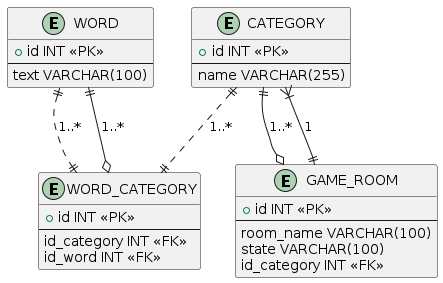
NicolasV7/Pinturillo-Backend keeps this PlantUML diagram as MER.png. Above is the earlier version. Its diagram source:
```plantuml
@startuml
entity "WORD" {
  + id INT <<PK>>
  --
  text VARCHAR(100)
}

entity "CATEGORY" {
  + id INT <<PK>>
  --
  name VARCHAR(255)
}

entity "WORD_CATEGORY" {
  + id INT <<PK>>
  --
  id_category INT <<FK>>
  id_word INT <<FK>>
}

entity "GAME_ROOM" {
  + id INT <<PK>>
  --
  room_name VARCHAR(100)
  state VARCHAR(100)
  id_category INT <<FK>>
}

WORD ||..|| WORD_CATEGORY : 1..*
CATEGORY ||..|| WORD_CATEGORY : 1..*
CATEGORY ||--o GAME_ROOM : 1..*
WORD ||--o WORD_CATEGORY : 1..*
GAME_ROOM ||--|{ CATEGORY : 1
@enduml
```
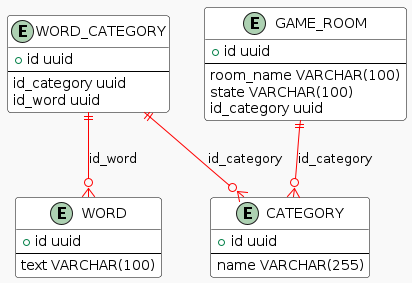
The same file after the commit.

Commit message:
Refactor import paths and update variable names in SocketController, socket.routes.ts, and CategoryRepository

The edit, as a diff of the source:
```diff
@@ -1,34 +1,47 @@
 @startuml
-entity "WORD" {
-  + id INT <<PK>>
-  --
-  text VARCHAR(100)
+!theme mars
+
+!define TABLE_BORDER_COLOR #000000
+!define TABLE_ROW_COLOR #FFFFFF
+
+!define FOREIGN_KEY_COLOR #FF0000
+
+skinparam class {
+    BackgroundColor TABLE_ROW_COLOR
+    BorderColor TABLE_BORDER_COLOR
+    HeaderBackgroundColor TABLE_HEADER_COLOR
+    HeaderFontColor TABLE_HEADER_COLOR
+    ArrowColor FOREIGN_KEY_COLOR
 }
 
-entity "CATEGORY" {
-  + id INT <<PK>>
-  --
-  name VARCHAR(255)
+entity "WORD" as WORD {
+    + id uuid
+    --
+    text VARCHAR(100)
 }
 
-entity "WORD_CATEGORY" {
-  + id INT <<PK>>
-  --
-  id_category INT <<FK>>
-  id_word INT <<FK>>
+entity "CATEGORY" as CATEGORY {
+    + id uuid
+    --
+    name VARCHAR(255)
 }
 
-entity "GAME_ROOM" {
-  + id INT <<PK>>
-  --
-  room_name VARCHAR(100)
-  state VARCHAR(100)
-  id_category INT <<FK>>
+entity "GAME_ROOM" as GAME_ROOM {
+    + id uuid
+    --
+    room_name VARCHAR(100)
+    state VARCHAR(100)
+    id_category uuid
 }
 
-WORD ||..|| WORD_CATEGORY : 1..*
-CATEGORY ||..|| WORD_CATEGORY : 1..*
-CATEGORY ||--o GAME_ROOM : 1..*
-WORD ||--o WORD_CATEGORY : 1..*
-GAME_ROOM ||--|{ CATEGORY : 1
+entity "WORD_CATEGORY" as WORD_CATEGORY {
+    + id uuid
+    --
+    id_category uuid
+    id_word uuid
+}
+
+WORD_CATEGORY ||--o{ CATEGORY : id_category
+WORD_CATEGORY ||--o{ WORD : id_word
+GAME_ROOM ||--o{ CATEGORY : id_category
 @enduml
```
